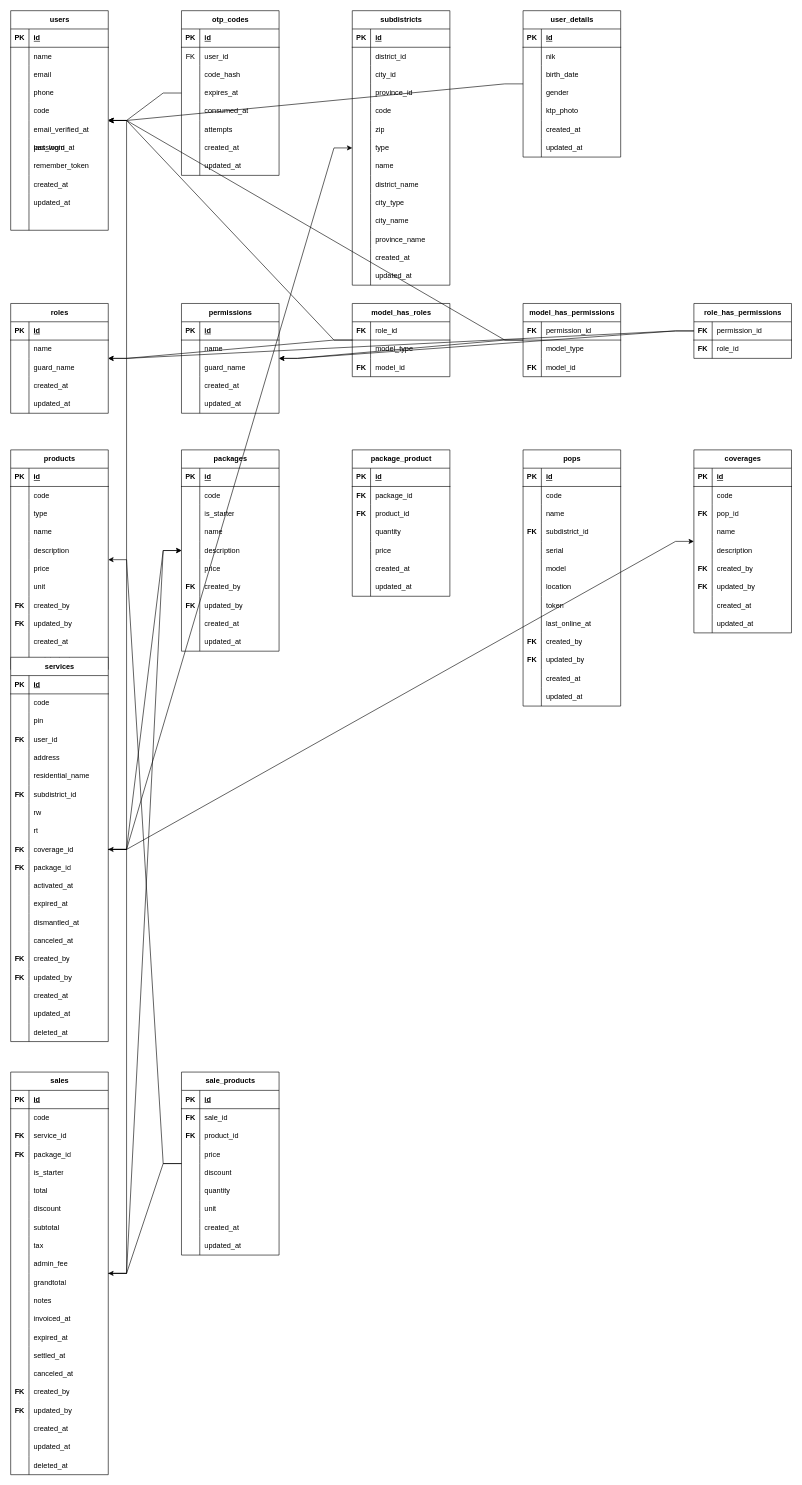
sirosys/nexa keeps this draw.io diagram as database/database_actual.drawio. Above is the earlier version. Source tidied: cells renumbered, new cells numbered last; positions are measured from the earlier drawing's top-left corner, leaving out a move shared by most shapes. Both pictures are drawn from the tidied source at 61%, with x=0, y=0 at pixel (10, 10).
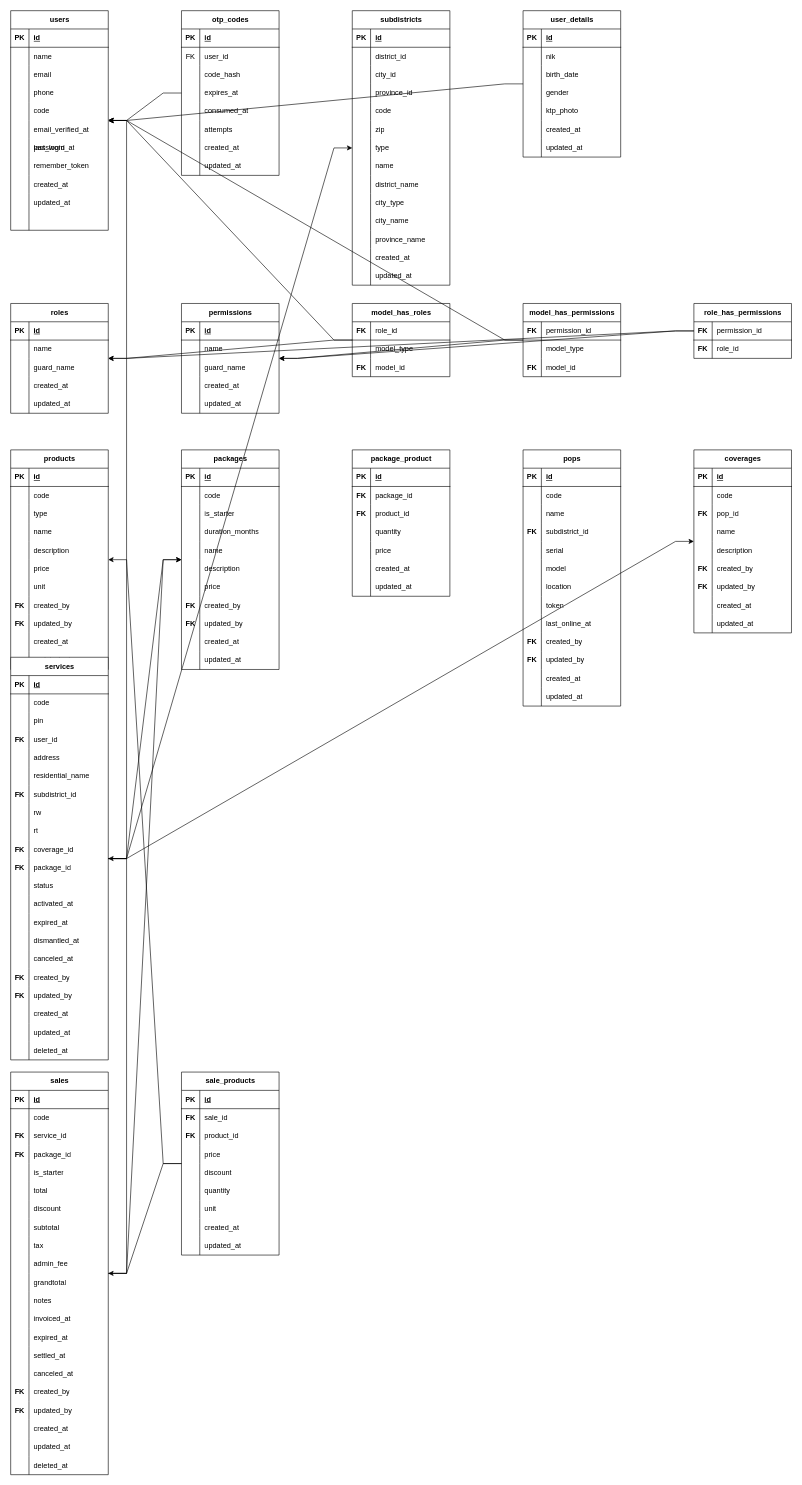
After the change.

What changed in the source:
```diff
@@
     <mxCell id="227" value="packages" style="shape=table;startSize=30;childLayout=tableLayout;rowLines=0;fontStyle=1;align=center;html=1;rounded=0;" parent="1" vertex="1">
-      <mxGeometry x="280" y="720" width="160" height="330" as="geometry" />
+      <mxGeometry x="280" y="720" width="160" height="360" as="geometry" />
     </mxCell>
@@
+    <mxCell id="509" style="shape=tableRow;horizontal=0;startSize=0;swimlaneHead=0;swimlaneBody=0;fillColor=none;top=0;left=0;right=0;bottom=0;rounded=0;" parent="227" vertex="1">
+      <mxGeometry y="120" width="160" height="30" as="geometry" />
+    </mxCell>
+    <mxCell id="510" style="shape=partialRectangle;fillColor=none;top=0;left=0;bottom=0;right=0;overflow=hidden;whiteSpace=wrap;html=1;rounded=0;" parent="509" vertex="1">
+      <mxGeometry width="30" height="30" as="geometry" />
+    </mxCell>
+    <mxCell id="511" value="duration_months" style="shape=partialRectangle;fillColor=none;top=0;left=0;bottom=0;right=0;align=left;spacingLeft=6;overflow=hidden;whiteSpace=wrap;html=1;rounded=0;" parent="509" vertex="1">
+      <mxGeometry x="30" width="130" height="30" as="geometry" />
+    </mxCell>
     <mxCell id="237" style="shape=tableRow;horizontal=0;startSize=0;swimlaneHead=0;swimlaneBody=0;fillColor=none;top=0;left=0;right=0;bottom=0;rounded=0;" parent="227" vertex="1">
-      <mxGeometry y="120" width="160" height="30" as="geometry" />
+      <mxGeometry y="150" width="160" height="30" as="geometry" />
     </mxCell>
@@
     <mxCell id="240" style="shape=tableRow;horizontal=0;startSize=0;swimlaneHead=0;swimlaneBody=0;fillColor=none;top=0;left=0;right=0;bottom=0;rounded=0;" parent="227" vertex="1">
-      <mxGeometry y="150" width="160" height="30" as="geometry" />
+      <mxGeometry y="180" width="160" height="30" as="geometry" />
     </mxCell>
@@
     <mxCell id="243" style="shape=tableRow;horizontal=0;startSize=0;swimlaneHead=0;swimlaneBody=0;fillColor=none;top=0;left=0;right=0;bottom=0;rounded=0;" parent="227" vertex="1">
-      <mxGeometry y="180" width="160" height="30" as="geometry" />
+      <mxGeometry y="210" width="160" height="30" as="geometry" />
     </mxCell>
@@
     <mxCell id="246" style="shape=tableRow;horizontal=0;startSize=0;swimlaneHead=0;swimlaneBody=0;fillColor=none;top=0;left=0;right=0;bottom=0;rounded=0;" parent="227" vertex="1">
-      <mxGeometry y="210" width="160" height="30" as="geometry" />
+      <mxGeometry y="240" width="160" height="30" as="geometry" />
     </mxCell>
@@
     <mxCell id="249" style="shape=tableRow;horizontal=0;startSize=0;swimlaneHead=0;swimlaneBody=0;fillColor=none;top=0;left=0;right=0;bottom=0;rounded=0;" parent="227" vertex="1">
-      <mxGeometry y="240" width="160" height="30" as="geometry" />
+      <mxGeometry y="270" width="160" height="30" as="geometry" />
     </mxCell>
@@
     <mxCell id="252" style="shape=tableRow;horizontal=0;startSize=0;swimlaneHead=0;swimlaneBody=0;fillColor=none;top=0;left=0;right=0;bottom=0;rounded=0;" parent="227" vertex="1">
-      <mxGeometry y="270" width="160" height="30" as="geometry" />
+      <mxGeometry y="300" width="160" height="30" as="geometry" />
     </mxCell>
@@
     <mxCell id="255" style="shape=tableRow;horizontal=0;startSize=0;swimlaneHead=0;swimlaneBody=0;fillColor=none;top=0;left=0;right=0;bottom=0;rounded=0;" parent="227" vertex="1">
-      <mxGeometry y="300" width="160" height="30" as="geometry" />
+      <mxGeometry y="330" width="160" height="30" as="geometry" />
     </mxCell>
@@
     <mxCell id="348" value="services" style="shape=table;startSize=30;childLayout=tableLayout;rowLines=0;fontStyle=1;align=center;html=1;rounded=0;" parent="1" vertex="1">
-      <mxGeometry y="1060" width="160" height="630" as="geometry" />
+      <mxGeometry y="1060" width="160" height="660" as="geometry" />
     </mxCell>
@@
+    <mxCell id="512" style="shape=tableRow;horizontal=0;startSize=0;swimlaneHead=0;swimlaneBody=0;fillColor=none;top=0;left=0;right=0;bottom=0;rounded=0;" parent="348" vertex="1">
+      <mxGeometry y="360" width="160" height="30" as="geometry" />
+    </mxCell>
+    <mxCell id="513" style="shape=partialRectangle;fillColor=none;top=0;left=0;bottom=0;right=0;overflow=hidden;whiteSpace=wrap;html=1;rounded=0;" parent="512" vertex="1">
+      <mxGeometry width="30" height="30" as="geometry" />
+    </mxCell>
+    <mxCell id="514" value="status" style="shape=partialRectangle;fillColor=none;top=0;left=0;bottom=0;right=0;align=left;spacingLeft=6;overflow=hidden;whiteSpace=wrap;html=1;rounded=0;" parent="512" vertex="1">
+      <mxGeometry x="30" width="130" height="30" as="geometry" />
+    </mxCell>
     <mxCell id="382" style="shape=tableRow;horizontal=0;startSize=0;swimlaneHead=0;swimlaneBody=0;fillColor=none;top=0;left=0;right=0;bottom=0;rounded=0;" parent="348" vertex="1">
-      <mxGeometry y="360" width="160" height="30" as="geometry" />
+      <mxGeometry y="390" width="160" height="30" as="geometry" />
     </mxCell>
@@
     <mxCell id="385" style="shape=tableRow;horizontal=0;startSize=0;swimlaneHead=0;swimlaneBody=0;fillColor=none;top=0;left=0;right=0;bottom=0;rounded=0;" parent="348" vertex="1">
-      <mxGeometry y="390" width="160" height="30" as="geometry" />
+      <mxGeometry y="420" width="160" height="30" as="geometry" />
     </mxCell>
@@
     <mxCell id="388" style="shape=tableRow;horizontal=0;startSize=0;swimlaneHead=0;swimlaneBody=0;fillColor=none;top=0;left=0;right=0;bottom=0;rounded=0;" parent="348" vertex="1">
-      <mxGeometry y="420" width="160" height="30" as="geometry" />
+      <mxGeometry y="450" width="160" height="30" as="geometry" />
     </mxCell>
@@
     <mxCell id="391" style="shape=tableRow;horizontal=0;startSize=0;swimlaneHead=0;swimlaneBody=0;fillColor=none;top=0;left=0;right=0;bottom=0;rounded=0;" parent="348" vertex="1">
-      <mxGeometry y="450" width="160" height="30" as="geometry" />
+      <mxGeometry y="480" width="160" height="30" as="geometry" />
     </mxCell>
@@
     <mxCell id="394" style="shape=tableRow;horizontal=0;startSize=0;swimlaneHead=0;swimlaneBody=0;fillColor=none;top=0;left=0;right=0;bottom=0;rounded=0;" parent="348" vertex="1">
-      <mxGeometry y="480" width="160" height="30" as="geometry" />
+      <mxGeometry y="510" width="160" height="30" as="geometry" />
     </mxCell>
@@
     <mxCell id="397" style="shape=tableRow;horizontal=0;startSize=0;swimlaneHead=0;swimlaneBody=0;fillColor=none;top=0;left=0;right=0;bottom=0;rounded=0;" parent="348" vertex="1">
-      <mxGeometry y="510" width="160" height="30" as="geometry" />
+      <mxGeometry y="540" width="160" height="30" as="geometry" />
     </mxCell>
@@
     <mxCell id="400" style="shape=tableRow;horizontal=0;startSize=0;swimlaneHead=0;swimlaneBody=0;fillColor=none;top=0;left=0;right=0;bottom=0;rounded=0;" parent="348" vertex="1">
-      <mxGeometry y="540" width="160" height="30" as="geometry" />
+      <mxGeometry y="570" width="160" height="30" as="geometry" />
     </mxCell>
@@
     <mxCell id="403" style="shape=tableRow;horizontal=0;startSize=0;swimlaneHead=0;swimlaneBody=0;fillColor=none;top=0;left=0;right=0;bottom=0;rounded=0;" parent="348" vertex="1">
-      <mxGeometry y="570" width="160" height="30" as="geometry" />
+      <mxGeometry y="600" width="160" height="30" as="geometry" />
     </mxCell>
@@
     <mxCell id="406" style="shape=tableRow;horizontal=0;startSize=0;swimlaneHead=0;swimlaneBody=0;fillColor=none;top=0;left=0;right=0;bottom=0;rounded=0;" parent="348" vertex="1">
-      <mxGeometry y="600" width="160" height="30" as="geometry" />
+      <mxGeometry y="630" width="160" height="30" as="geometry" />
     </mxCell>
```
